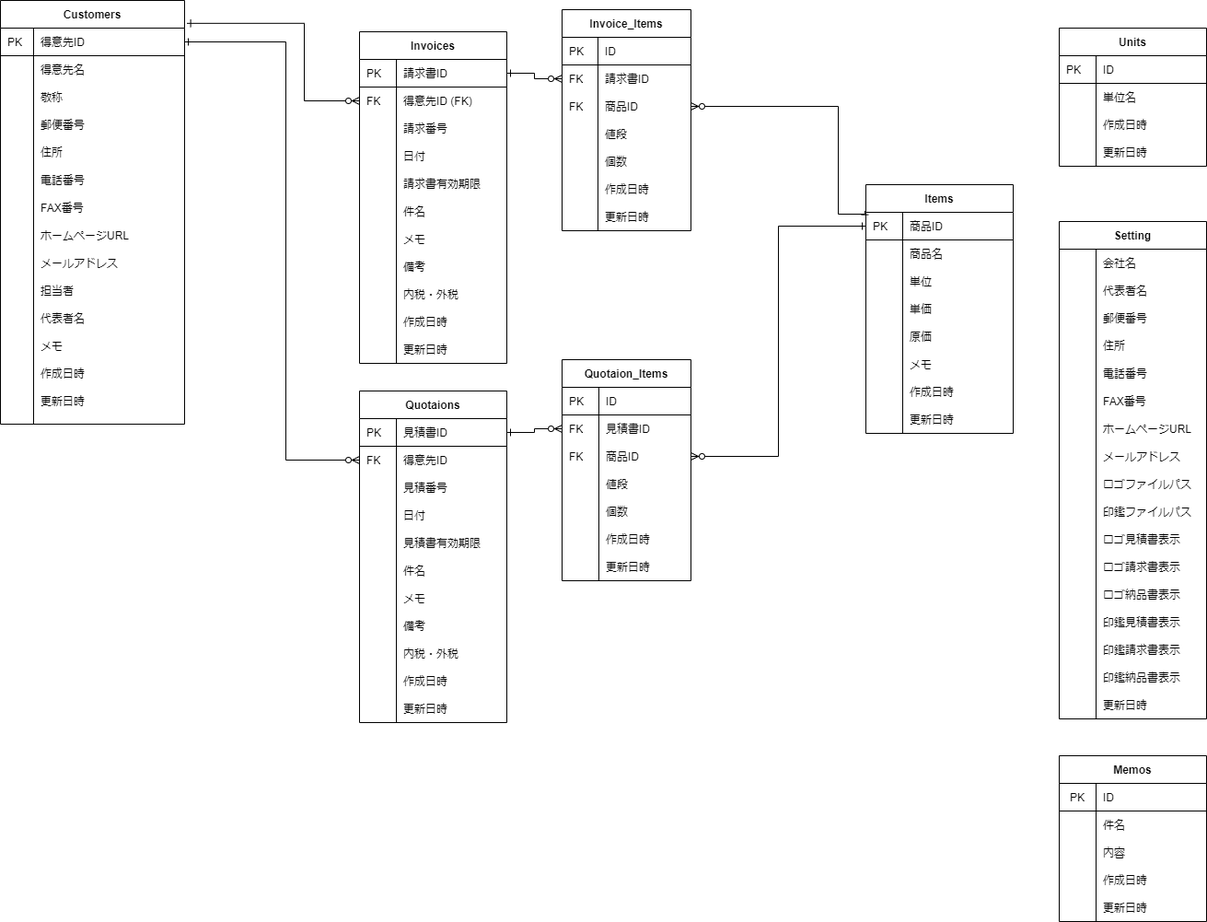
This is soho_er.png from gamasenninn/caddie-clone, a draw.io export, as it was before one commit. Source tidied: cells renumbered, new cells last; positions are measured from the earlier drawing's top-left corner, leaving out a move shared by most shapes.
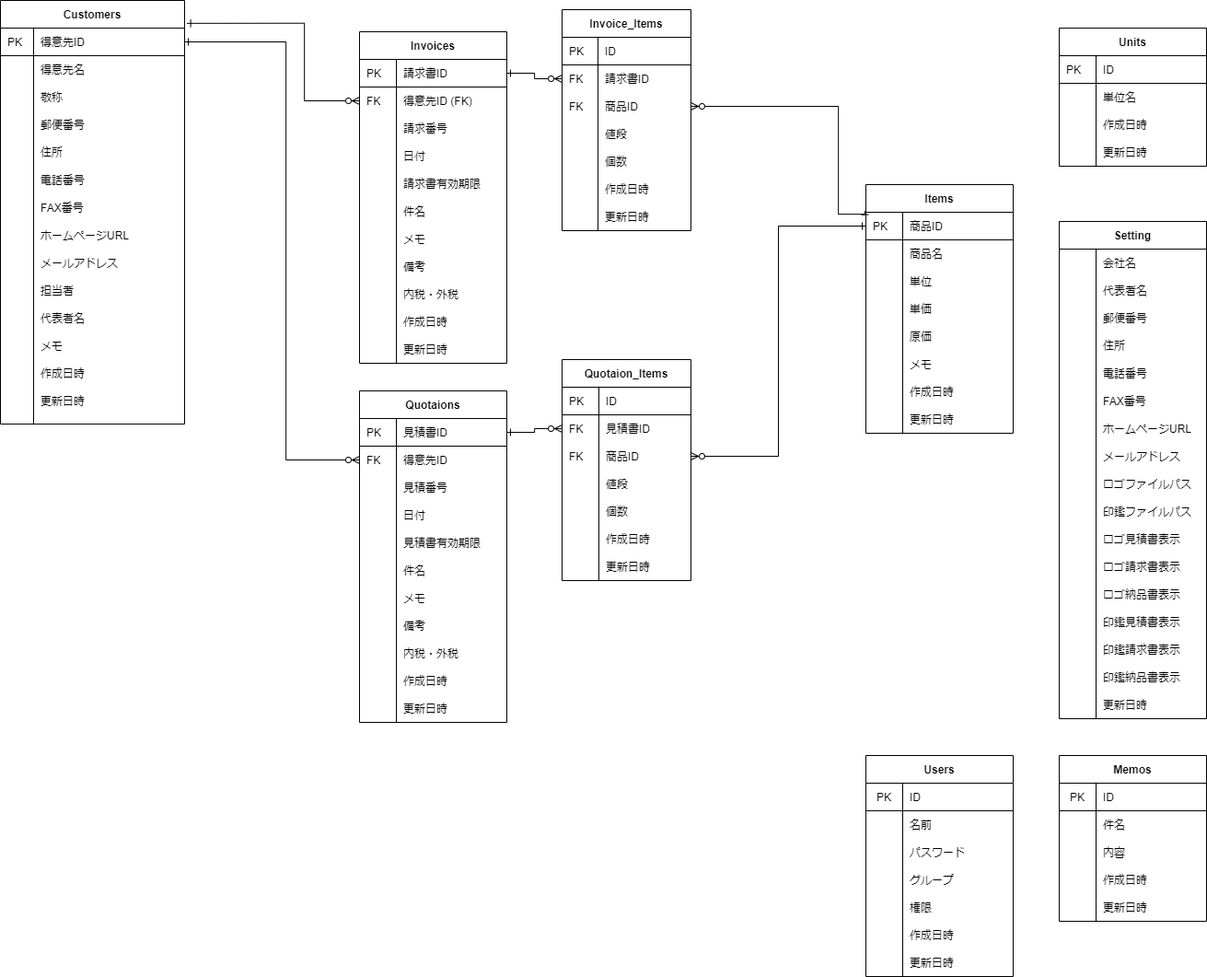
After the change.

The edit, as a diff of the source:
```diff
@@ -1,4 +1,4 @@
-<mxGraphModel>
+<mxGraphModel background="#ffffff">
   <root>
     <mxCell id="0" />
     <mxCell id="1" parent="0" />
@@ -818,5 +818,71 @@
     <mxCell id="268" value="更新日時" style="shape=partialRectangle;html=1;whiteSpace=wrap;fillColor=none;top=0;left=0;bottom=0;right=0;align=left;spacingLeft=6;overflow=hidden;" parent="266" vertex="1">
       <mxGeometry x="40" width="120" height="30" as="geometry" />
     </mxCell>
+    <mxCell id="269" value="Users" style="shape=table;startSize=30;rowLines=0;fontStyle=1;align=center;" parent="1" vertex="1">
+      <mxGeometry x="940" y="820" width="160" height="240" as="geometry" />
+    </mxCell>
+    <mxCell id="270" style="shape=partialRectangle;html=1;whiteSpace=wrap;fillColor=none;top=0;left=0;bottom=1;right=0;" parent="269" vertex="1">
+      <mxGeometry y="30" width="160" height="30" as="geometry" />
+    </mxCell>
+    <mxCell id="271" value="PK" style="shape=partialRectangle;html=1;whiteSpace=wrap;fillColor=none;top=0;left=0;bottom=0;right=0;overflow=hidden;" parent="270" vertex="1">
+      <mxGeometry width="40" height="30" as="geometry" />
+    </mxCell>
+    <mxCell id="272" value="ID" style="shape=partialRectangle;html=1;whiteSpace=wrap;fillColor=none;top=0;left=0;bottom=0;right=0;align=left;spacingLeft=6;overflow=hidden;" parent="270" vertex="1">
+      <mxGeometry x="40" width="120" height="30" as="geometry" />
+    </mxCell>
+    <mxCell id="273" style="shape=partialRectangle;html=1;whiteSpace=wrap;fillColor=none;top=0;left=0;bottom=0;right=0;" parent="269" vertex="1">
+      <mxGeometry y="60" width="160" height="30" as="geometry" />
+    </mxCell>
+    <mxCell id="274" style="shape=partialRectangle;html=1;whiteSpace=wrap;fillColor=none;top=0;left=0;bottom=0;right=0;overflow=hidden;" parent="273" vertex="1">
+      <mxGeometry width="40" height="30" as="geometry" />
+    </mxCell>
+    <mxCell id="275" value="名前" style="shape=partialRectangle;html=1;whiteSpace=wrap;fillColor=none;top=0;left=0;bottom=0;right=0;align=left;spacingLeft=6;overflow=hidden;" parent="273" vertex="1">
+      <mxGeometry x="40" width="120" height="30" as="geometry" />
+    </mxCell>
+    <mxCell id="276" style="shape=partialRectangle;html=1;whiteSpace=wrap;fillColor=none;top=0;left=0;bottom=0;right=0;" parent="269" vertex="1">
+      <mxGeometry y="90" width="160" height="30" as="geometry" />
+    </mxCell>
+    <mxCell id="277" style="shape=partialRectangle;html=1;whiteSpace=wrap;fillColor=none;top=0;left=0;bottom=0;right=0;overflow=hidden;" parent="276" vertex="1">
+      <mxGeometry width="40" height="30" as="geometry" />
+    </mxCell>
+    <mxCell id="278" value="パスワード" style="shape=partialRectangle;html=1;whiteSpace=wrap;fillColor=none;top=0;left=0;bottom=0;right=0;align=left;spacingLeft=6;overflow=hidden;" parent="276" vertex="1">
+      <mxGeometry x="40" width="120" height="30" as="geometry" />
+    </mxCell>
+    <mxCell id="279" style="shape=partialRectangle;html=1;whiteSpace=wrap;fillColor=none;top=0;left=0;bottom=0;right=0;" parent="269" vertex="1">
+      <mxGeometry y="120" width="160" height="30" as="geometry" />
+    </mxCell>
+    <mxCell id="280" style="shape=partialRectangle;html=1;whiteSpace=wrap;fillColor=none;top=0;left=0;bottom=0;right=0;overflow=hidden;" parent="279" vertex="1">
+      <mxGeometry width="40" height="30" as="geometry" />
+    </mxCell>
+    <mxCell id="281" value="グループ" style="shape=partialRectangle;html=1;whiteSpace=wrap;fillColor=none;top=0;left=0;bottom=0;right=0;align=left;spacingLeft=6;overflow=hidden;" parent="279" vertex="1">
+      <mxGeometry x="40" width="120" height="30" as="geometry" />
+    </mxCell>
+    <mxCell id="282" style="shape=partialRectangle;html=1;whiteSpace=wrap;fillColor=none;top=0;left=0;bottom=0;right=0;" parent="269" vertex="1">
+      <mxGeometry y="150" width="160" height="30" as="geometry" />
+    </mxCell>
+    <mxCell id="283" style="shape=partialRectangle;html=1;whiteSpace=wrap;fillColor=none;top=0;left=0;bottom=0;right=0;overflow=hidden;" parent="282" vertex="1">
+      <mxGeometry width="40" height="30" as="geometry" />
+    </mxCell>
+    <mxCell id="284" value="権限" style="shape=partialRectangle;html=1;whiteSpace=wrap;fillColor=none;top=0;left=0;bottom=0;right=0;align=left;spacingLeft=6;overflow=hidden;" parent="282" vertex="1">
+      <mxGeometry x="40" width="120" height="30" as="geometry" />
+    </mxCell>
+    <mxCell id="285" style="shape=partialRectangle;html=1;whiteSpace=wrap;fillColor=none;top=0;left=0;bottom=0;right=0;" parent="269" vertex="1">
+      <mxGeometry y="180" width="160" height="30" as="geometry" />
+    </mxCell>
+    <mxCell id="286" style="shape=partialRectangle;html=1;whiteSpace=wrap;fillColor=none;top=0;left=0;bottom=0;right=0;overflow=hidden;" parent="285" vertex="1">
+      <mxGeometry width="40" height="30" as="geometry" />
+    </mxCell>
+    <mxCell id="287" value="作成日時" style="shape=partialRectangle;html=1;whiteSpace=wrap;fillColor=none;top=0;left=0;bottom=0;right=0;align=left;spacingLeft=6;overflow=hidden;" parent="285" vertex="1">
+      <mxGeometry x="40" width="120" height="30" as="geometry" />
+    </mxCell>
+    <mxCell id="288" style="shape=partialRectangle;html=1;whiteSpace=wrap;fillColor=none;top=0;left=0;bottom=0;right=0;" parent="269" vertex="1">
+      <mxGeometry y="210" width="160" height="30" as="geometry" />
+    </mxCell>
+    <mxCell id="289" style="shape=partialRectangle;html=1;whiteSpace=wrap;fillColor=none;top=0;left=0;bottom=0;right=0;overflow=hidden;" parent="288" vertex="1">
+      <mxGeometry width="40" height="30" as="geometry" />
+    </mxCell>
+    <mxCell id="290" value="更新日時" style="shape=partialRectangle;html=1;whiteSpace=wrap;fillColor=none;top=0;left=0;bottom=0;right=0;align=left;spacingLeft=6;overflow=hidden;" parent="288" vertex="1">
+      <mxGeometry x="40" width="120" height="30" as="geometry" />
+    </mxCell>
   </root>
 </mxGraphModel>
```
